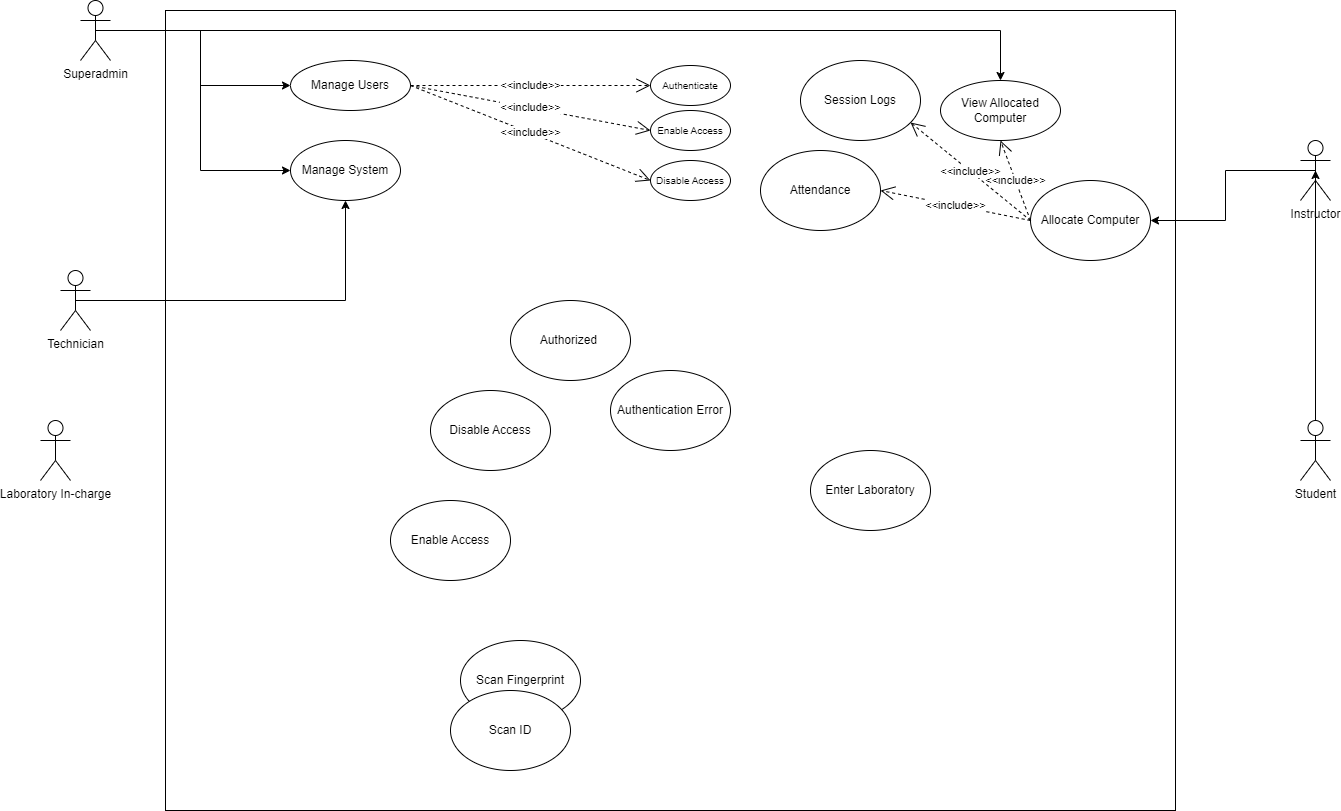
kaisunoo/Acads keeps this draw.io diagram as Use_Case_Diagram_Marimo.drawio.png. Above is the earlier version. Source tidied: cells renumbered, new cells last; positions are measured from the earlier drawing's top-left corner, leaving out a move shared by most shapes. The source it was exported from:
```xml
<mxGraphModel>
  <root>
    <mxCell id="0" />
    <mxCell id="1" parent="0" />
    <mxCell id="2" style="whiteSpace=wrap;html=1;" parent="1" vertex="1">
      <mxGeometry x="125" y="10" width="1010" height="800" as="geometry" />
    </mxCell>
    <mxCell id="3" style="edgeStyle=orthogonalEdgeStyle;rounded=0;jettySize=auto;html=1;exitX=0.5;exitY=0.5;exitDx=0;exitDy=0;exitPerimeter=0;entryX=0;entryY=0.5;entryDx=0;entryDy=0;" parent="1" edge="1" source="6" target="11">
      <mxGeometry relative="1" as="geometry" />
    </mxCell>
    <mxCell id="4" style="edgeStyle=orthogonalEdgeStyle;rounded=0;jettySize=auto;html=1;exitX=0.5;exitY=0.5;exitDx=0;exitDy=0;exitPerimeter=0;" parent="1" edge="1" source="6" target="13">
      <mxGeometry relative="1" as="geometry" />
    </mxCell>
    <mxCell id="5" style="edgeStyle=orthogonalEdgeStyle;rounded=0;jettySize=auto;html=1;exitX=0.5;exitY=0.5;exitDx=0;exitDy=0;exitPerimeter=0;entryX=0;entryY=0.5;entryDx=0;entryDy=0;" parent="1" edge="1" source="6" target="31">
      <mxGeometry relative="1" as="geometry" />
    </mxCell>
    <mxCell id="6" value="Superadmin" style="shape=umlActor;verticalLabelPosition=bottom;verticalAlign=top;html=1;outlineConnect=0;" parent="1" vertex="1">
      <mxGeometry x="40" width="30" height="60" as="geometry" />
    </mxCell>
    <mxCell id="7" value="Laboratory In-charge" style="shape=umlActor;verticalLabelPosition=bottom;verticalAlign=top;html=1;" parent="1" vertex="1">
      <mxGeometry y="420" width="30" height="60" as="geometry" />
    </mxCell>
    <mxCell id="8" style="edgeStyle=orthogonalEdgeStyle;rounded=0;jettySize=auto;html=1;exitX=0.5;exitY=0.5;exitDx=0;exitDy=0;exitPerimeter=0;entryX=1;entryY=0.5;entryDx=0;entryDy=0;" parent="1" edge="1" source="9" target="18">
      <mxGeometry relative="1" as="geometry" />
    </mxCell>
    <mxCell id="9" value="Instructor" style="shape=umlActor;verticalLabelPosition=bottom;verticalAlign=top;html=1;outlineConnect=0;" parent="1" vertex="1">
      <mxGeometry x="1260" y="140" width="30" height="60" as="geometry" />
    </mxCell>
    <mxCell id="10" value="Student" style="shape=umlActor;verticalLabelPosition=bottom;verticalAlign=top;html=1;outlineConnect=0;" parent="1" vertex="1">
      <mxGeometry x="1260" y="420" width="30" height="60" as="geometry" />
    </mxCell>
    <mxCell id="11" value="Manage Users" style="ellipse;whiteSpace=wrap;html=1;" parent="1" vertex="1">
      <mxGeometry x="250" y="60" width="120" height="50" as="geometry" />
    </mxCell>
    <mxCell id="12" value="Authorized&amp;nbsp;" style="ellipse;whiteSpace=wrap;html=1;" parent="1" vertex="1">
      <mxGeometry x="470" y="300" width="120" height="80" as="geometry" />
    </mxCell>
    <mxCell id="13" value="View Allocated Computer" style="ellipse;whiteSpace=wrap;html=1;" parent="1" vertex="1">
      <mxGeometry x="900" y="80" width="120" height="60" as="geometry" />
    </mxCell>
    <mxCell id="14" value="Enter Laboratory" style="ellipse;whiteSpace=wrap;html=1;" parent="1" vertex="1">
      <mxGeometry x="770" y="450" width="120" height="80" as="geometry" />
    </mxCell>
    <mxCell id="15" style="edgeStyle=orthogonalEdgeStyle;rounded=0;jettySize=auto;html=1;exitX=0.5;exitY=0.5;exitDx=0;exitDy=0;exitPerimeter=0;entryX=0.5;entryY=1;entryDx=0;entryDy=0;" parent="1" edge="1" source="16" target="31">
      <mxGeometry relative="1" as="geometry" />
    </mxCell>
    <mxCell id="16" value="Technician" style="shape=umlActor;verticalLabelPosition=bottom;verticalAlign=top;html=1;outlineConnect=0;" parent="1" vertex="1">
      <mxGeometry x="20" y="270" width="30" height="60" as="geometry" />
    </mxCell>
    <mxCell id="17" style="edgeStyle=orthogonalEdgeStyle;rounded=0;jettySize=auto;html=1;exitX=0.5;exitY=0;exitDx=0;exitDy=0;exitPerimeter=0;entryX=0.5;entryY=0.5;entryDx=0;entryDy=0;entryPerimeter=0;" parent="1" edge="1" source="10" target="9">
      <mxGeometry relative="1" as="geometry" />
    </mxCell>
    <mxCell id="18" value="Allocate Computer" style="ellipse;whiteSpace=wrap;html=1;" parent="1" vertex="1">
      <mxGeometry x="990" y="180" width="120" height="80" as="geometry" />
    </mxCell>
    <mxCell id="19" value="&amp;lt;&amp;lt;include&amp;gt;&amp;gt;" style="endArrow=open;endSize=12;dashed=1;html=1;rounded=0;exitX=0;exitY=0.5;exitDx=0;exitDy=0;entryX=0.5;entryY=1;entryDx=0;entryDy=0;" parent="1" edge="1" source="18" target="13">
      <mxGeometry relative="1" as="geometry" />
    </mxCell>
    <mxCell id="20" value="Authentication Error" style="ellipse;whiteSpace=wrap;html=1;" parent="1" vertex="1">
      <mxGeometry x="570" y="370" width="120" height="80" as="geometry" />
    </mxCell>
    <mxCell id="21" value="Scan Fingerprint" style="ellipse;whiteSpace=wrap;html=1;" parent="1" vertex="1">
      <mxGeometry x="420" y="640" width="120" height="80" as="geometry" />
    </mxCell>
    <mxCell id="22" value="Scan ID" style="ellipse;whiteSpace=wrap;html=1;" parent="1" vertex="1">
      <mxGeometry x="410" y="690" width="120" height="80" as="geometry" />
    </mxCell>
    <mxCell id="23" value="&lt;font style=&quot;font-size: 10px;&quot;&gt;Enable Access&lt;/font&gt;" style="ellipse;whiteSpace=wrap;html=1;" parent="1" vertex="1">
      <mxGeometry x="610" y="110" width="80" height="40" as="geometry" />
    </mxCell>
    <mxCell id="24" value="&lt;font style=&quot;font-size: 10px;&quot;&gt;Disable Access&lt;/font&gt;" style="ellipse;whiteSpace=wrap;html=1;" parent="1" vertex="1">
      <mxGeometry x="610" y="160" width="80" height="40" as="geometry" />
    </mxCell>
    <mxCell id="25" value="&amp;lt;&amp;lt;include&amp;gt;&amp;gt;" style="endArrow=open;endSize=12;dashed=1;html=1;rounded=0;exitX=1;exitY=0.5;exitDx=0;exitDy=0;entryX=0;entryY=0.5;entryDx=0;entryDy=0;" parent="1" edge="1" source="11" target="23">
      <mxGeometry relative="1" as="geometry" />
    </mxCell>
    <mxCell id="26" value="&amp;lt;&amp;lt;include&amp;gt;&amp;gt;" style="endArrow=open;endSize=12;dashed=1;html=1;rounded=0;exitX=1;exitY=0.5;exitDx=0;exitDy=0;entryX=0;entryY=0.5;entryDx=0;entryDy=0;" parent="1" edge="1" source="11" target="24">
      <mxGeometry relative="1" as="geometry" />
    </mxCell>
    <mxCell id="27" value="&lt;font style=&quot;font-size: 10px;&quot;&gt;Authenticate&lt;/font&gt;" style="ellipse;whiteSpace=wrap;html=1;" parent="1" vertex="1">
      <mxGeometry x="610" y="65" width="80" height="40" as="geometry" />
    </mxCell>
    <mxCell id="28" value="&amp;lt;&amp;lt;include&amp;gt;&amp;gt;" style="endArrow=open;endSize=12;dashed=1;html=1;rounded=0;" parent="1" edge="1" source="11">
      <mxGeometry relative="1" as="geometry">
        <mxPoint x="610" y="85" as="targetPoint" />
      </mxGeometry>
    </mxCell>
    <mxCell id="29" value="Attendance" style="ellipse;whiteSpace=wrap;html=1;" parent="1" vertex="1">
      <mxGeometry x="720" y="150" width="120" height="80" as="geometry" />
    </mxCell>
    <mxCell id="30" value="&amp;lt;&amp;lt;include&amp;gt;&amp;gt;" style="endArrow=open;endSize=12;dashed=1;html=1;rounded=0;entryX=1;entryY=0.5;entryDx=0;entryDy=0;exitX=0;exitY=0.5;exitDx=0;exitDy=0;" parent="1" edge="1" source="18" target="29">
      <mxGeometry relative="1" as="geometry" />
    </mxCell>
    <mxCell id="31" value="Manage System" style="ellipse;whiteSpace=wrap;html=1;" parent="1" vertex="1">
      <mxGeometry x="250" y="140" width="110" height="60" as="geometry" />
    </mxCell>
    <mxCell id="32" value="Disable Access" style="ellipse;whiteSpace=wrap;html=1;" parent="1" vertex="1">
      <mxGeometry x="390" y="390" width="120" height="80" as="geometry" />
    </mxCell>
    <mxCell id="33" value="Enable Access" style="ellipse;whiteSpace=wrap;html=1;" parent="1" vertex="1">
      <mxGeometry x="350" y="500" width="120" height="80" as="geometry" />
    </mxCell>
    <mxCell id="34" value="Session Logs" style="ellipse;whiteSpace=wrap;html=1;" parent="1" vertex="1">
      <mxGeometry x="760" y="60" width="120" height="80" as="geometry" />
    </mxCell>
    <mxCell id="35" value="&amp;lt;&amp;lt;include&amp;gt;&amp;gt;" style="endArrow=open;endSize=12;dashed=1;html=1;rounded=0;exitX=0;exitY=0.5;exitDx=0;exitDy=0;entryX=0.917;entryY=0.775;entryDx=0;entryDy=0;entryPerimeter=0;" parent="1" edge="1" source="18" target="34">
      <mxGeometry relative="1" as="geometry" />
    </mxCell>
  </root>
</mxGraphModel>
```
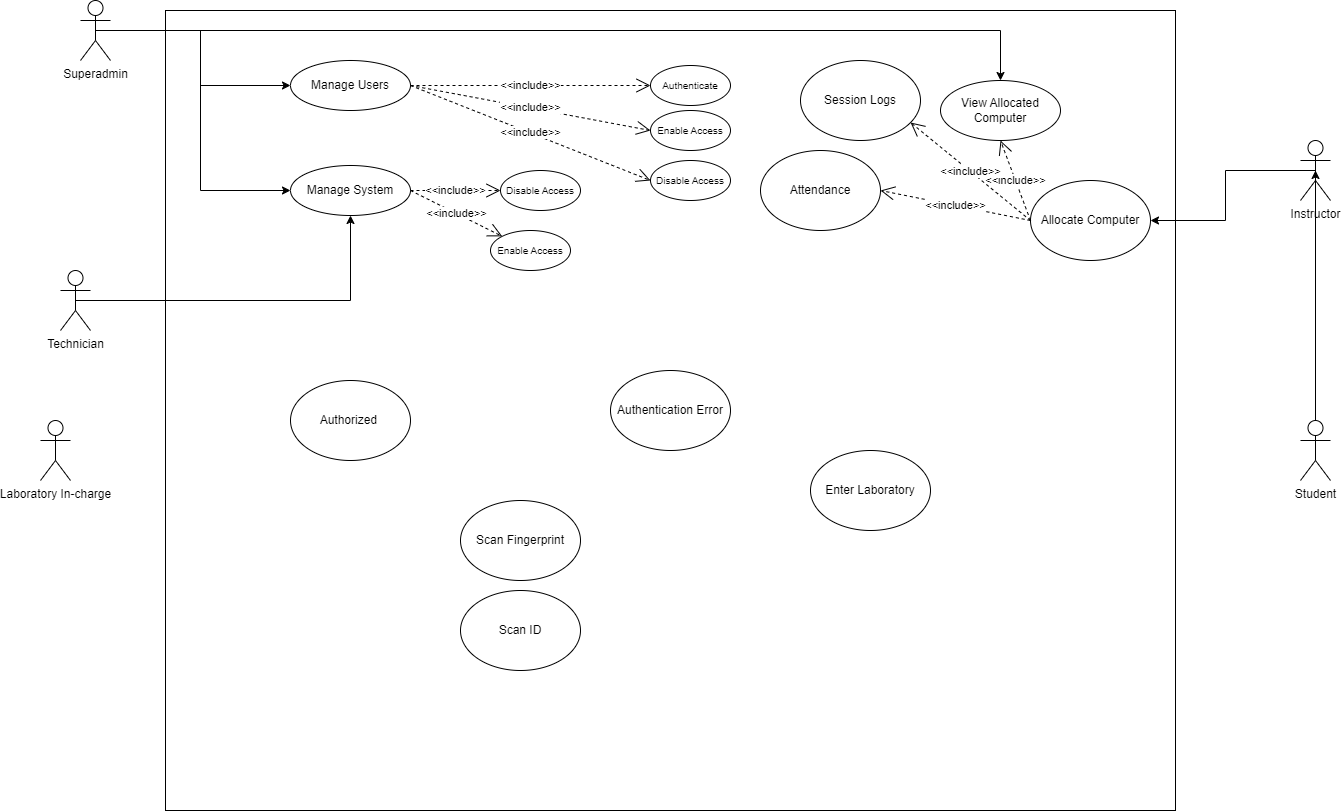
The same diagram one commit later.

Change to the diagram source:
```diff
@@ -33,7 +33,7 @@
       <mxGeometry x="250" y="60" width="120" height="50" as="geometry" />
     </mxCell>
     <mxCell id="12" value="Authorized&amp;nbsp;" style="ellipse;whiteSpace=wrap;html=1;" parent="1" vertex="1">
-      <mxGeometry x="470" y="300" width="120" height="80" as="geometry" />
+      <mxGeometry x="250" y="380" width="120" height="80" as="geometry" />
     </mxCell>
     <mxCell id="13" value="View Allocated Computer" style="ellipse;whiteSpace=wrap;html=1;" parent="1" vertex="1">
       <mxGeometry x="900" y="80" width="120" height="60" as="geometry" />
@@ -60,10 +60,10 @@
       <mxGeometry x="570" y="370" width="120" height="80" as="geometry" />
     </mxCell>
     <mxCell id="21" value="Scan Fingerprint" style="ellipse;whiteSpace=wrap;html=1;" parent="1" vertex="1">
-      <mxGeometry x="420" y="640" width="120" height="80" as="geometry" />
+      <mxGeometry x="420" y="500" width="120" height="80" as="geometry" />
     </mxCell>
     <mxCell id="22" value="Scan ID" style="ellipse;whiteSpace=wrap;html=1;" parent="1" vertex="1">
-      <mxGeometry x="410" y="690" width="120" height="80" as="geometry" />
+      <mxGeometry x="420" y="590" width="120" height="80" as="geometry" />
     </mxCell>
     <mxCell id="23" value="&lt;font style=&quot;font-size: 10px;&quot;&gt;Enable Access&lt;/font&gt;" style="ellipse;whiteSpace=wrap;html=1;" parent="1" vertex="1">
       <mxGeometry x="610" y="110" width="80" height="40" as="geometry" />
@@ -92,13 +92,13 @@
       <mxGeometry relative="1" as="geometry" />
     </mxCell>
     <mxCell id="31" value="Manage System" style="ellipse;whiteSpace=wrap;html=1;" parent="1" vertex="1">
-      <mxGeometry x="250" y="140" width="110" height="60" as="geometry" />
+      <mxGeometry x="250" y="165" width="120" height="50" as="geometry" />
     </mxCell>
-    <mxCell id="32" value="Disable Access" style="ellipse;whiteSpace=wrap;html=1;" parent="1" vertex="1">
-      <mxGeometry x="390" y="390" width="120" height="80" as="geometry" />
+    <mxCell id="32" value="&lt;font style=&quot;font-size: 10px;&quot;&gt;Disable Access&lt;/font&gt;" style="ellipse;whiteSpace=wrap;html=1;" parent="1" vertex="1">
+      <mxGeometry x="460" y="170" width="80" height="40" as="geometry" />
     </mxCell>
-    <mxCell id="33" value="Enable Access" style="ellipse;whiteSpace=wrap;html=1;" parent="1" vertex="1">
-      <mxGeometry x="350" y="500" width="120" height="80" as="geometry" />
+    <mxCell id="33" value="&lt;font style=&quot;font-size: 10px;&quot;&gt;Enable Access&lt;/font&gt;" style="ellipse;whiteSpace=wrap;html=1;" parent="1" vertex="1">
+      <mxGeometry x="450" y="230" width="80" height="40" as="geometry" />
     </mxCell>
     <mxCell id="34" value="Session Logs" style="ellipse;whiteSpace=wrap;html=1;" parent="1" vertex="1">
       <mxGeometry x="760" y="60" width="120" height="80" as="geometry" />
@@ -106,5 +106,11 @@
     <mxCell id="35" value="&amp;lt;&amp;lt;include&amp;gt;&amp;gt;" style="endArrow=open;endSize=12;dashed=1;html=1;rounded=0;exitX=0;exitY=0.5;exitDx=0;exitDy=0;entryX=0.917;entryY=0.775;entryDx=0;entryDy=0;entryPerimeter=0;" parent="1" edge="1" source="18" target="34">
       <mxGeometry relative="1" as="geometry" />
     </mxCell>
+    <mxCell id="36" value="&amp;lt;&amp;lt;include&amp;gt;&amp;gt;" style="endArrow=open;endSize=12;dashed=1;html=1;rounded=0;exitX=1;exitY=0.5;exitDx=0;exitDy=0;entryX=0;entryY=0.5;entryDx=0;entryDy=0;" parent="1" edge="1" source="31" target="32">
+      <mxGeometry relative="1" as="geometry" />
+    </mxCell>
+    <mxCell id="37" value="&amp;lt;&amp;lt;include&amp;gt;&amp;gt;" style="endArrow=open;endSize=12;dashed=1;html=1;rounded=0;exitX=1;exitY=0.5;exitDx=0;exitDy=0;entryX=0;entryY=0;entryDx=0;entryDy=0;" parent="1" edge="1" source="31" target="33">
+      <mxGeometry relative="1" as="geometry" />
+    </mxCell>
   </root>
 </mxGraphModel>
```
